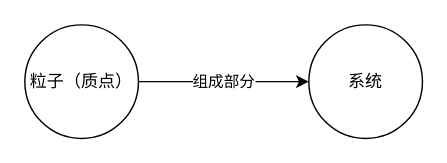
Before: 1.drawio in PhysicsZhang/KnowledgeGraph, a draw.io diagram. Source tidied: cells renumbered, new cells numbered last; positions are measured from the earlier drawing's top-left corner, leaving out a move shared by most shapes. Both pictures are drawn from the tidied source at 142%, with x=0, y=0 at pixel (24, 24).
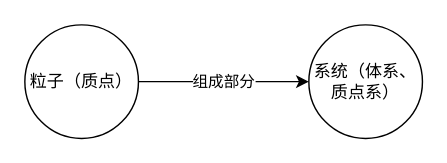
The same page after the edit.

The edit, as a diff of the source:
```diff
@@
 <mxGraphModel>
   <root>
     <mxCell id="0" />
     <mxCell id="1" parent="0" />
-    <mxCell id="2" value="系统" style="ellipse;whiteSpace=wrap;html=1;rotation=0;" parent="1" vertex="1">
+    <mxCell id="2" value="系统（体系、质点系）" style="ellipse;whiteSpace=wrap;html=1;rotation=0;" parent="1" vertex="1">
       <mxGeometry x="200" width="80" height="80" as="geometry" />
     </mxCell>
     <mxCell id="3" value="组成部分" style="rounded=0;jettySize=auto;html=1;exitX=1;exitY=0.5;exitDx=0;exitDy=0;entryX=0;entryY=0.5;entryDx=0;entryDy=0;" parent="1" edge="1" source="4" target="2">
       <mxGeometry relative="1" as="geometry" />
     </mxCell>
     <mxCell id="4" value="粒子（质点）" style="ellipse;whiteSpace=wrap;html=1;rotation=0;" parent="1" vertex="1">
       <mxGeometry width="80" height="80" as="geometry" />
     </mxCell>
   </root>
 </mxGraphModel>
```
